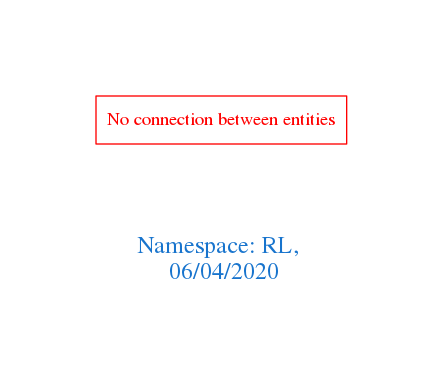
Above: downloads/RL.png in arago/OGIT (Graphviz), before the change. Its source is kept beside it as downloads/RL.dot.
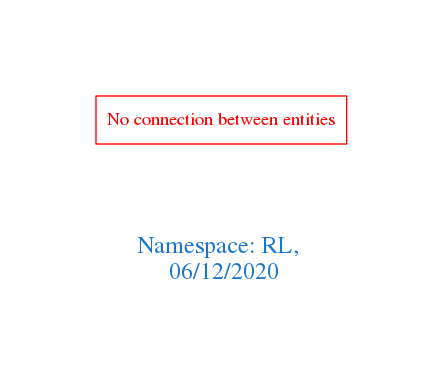
The same file after the commit.

The edit, as a diff of the source:
```diff
@@ -1,7 +1,7 @@
 digraph OGIT_ontology {
  graph [ rankdir= LR,pad=1
 fontsize = 18,
-fontcolor= dodgerblue3,label = "\n\n\nNamespace: RL, \n 06/04/2020"];
+fontcolor= dodgerblue3,label = "\n\n\nNamespace: RL, \n 06/12/2020"];
 node[shape=polygon];
 edge [  color="gray81"];
 
```
